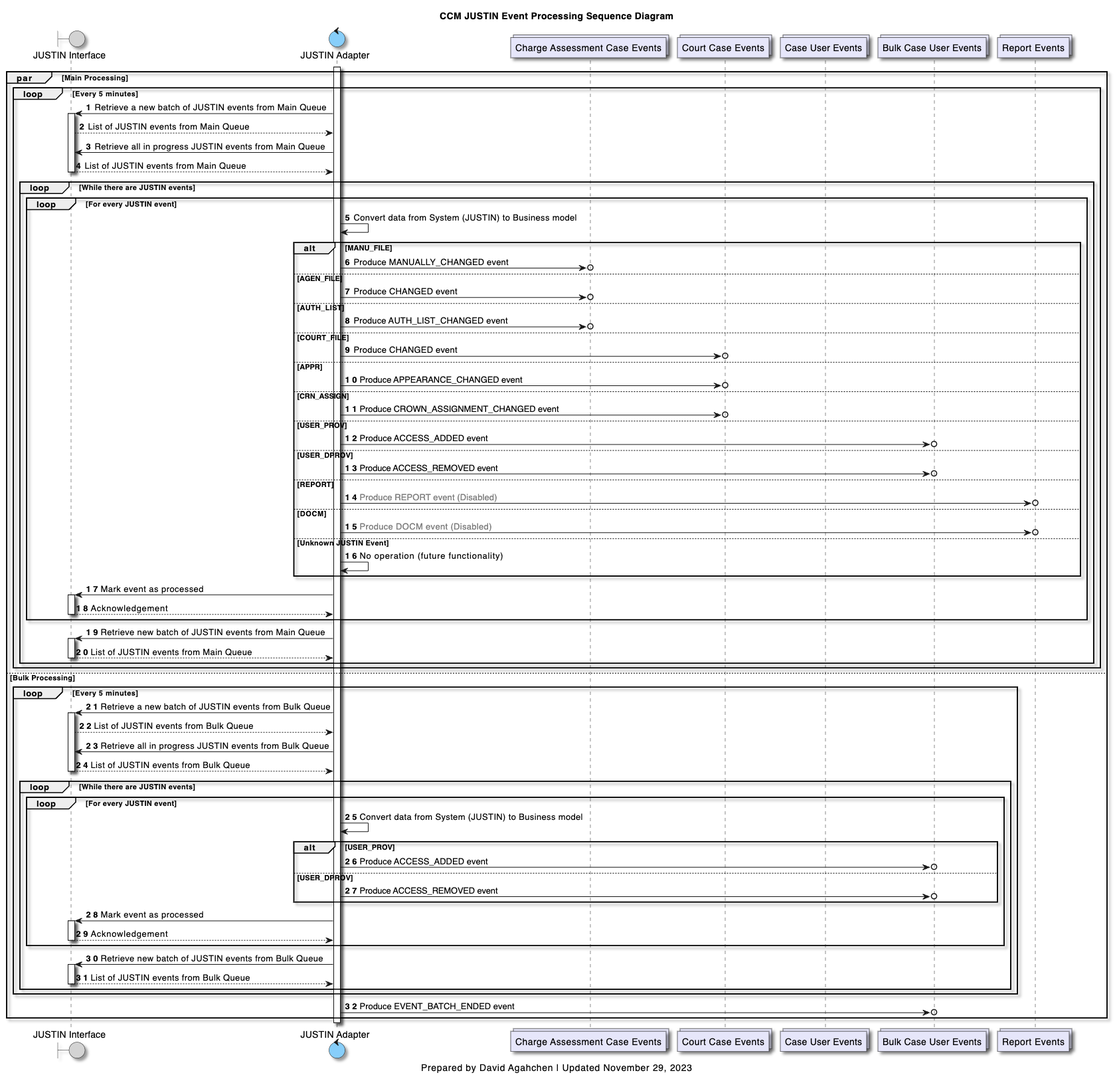
Earlier version of the PlantUML export diagrams/img/ccm_justin_event_processing_sequence_diagram.png (bcgov/jpss-jade-ccm). Its source is kept beside it as diagrams/ccm_justin_event_processing_sequence_diagram.plantuml.
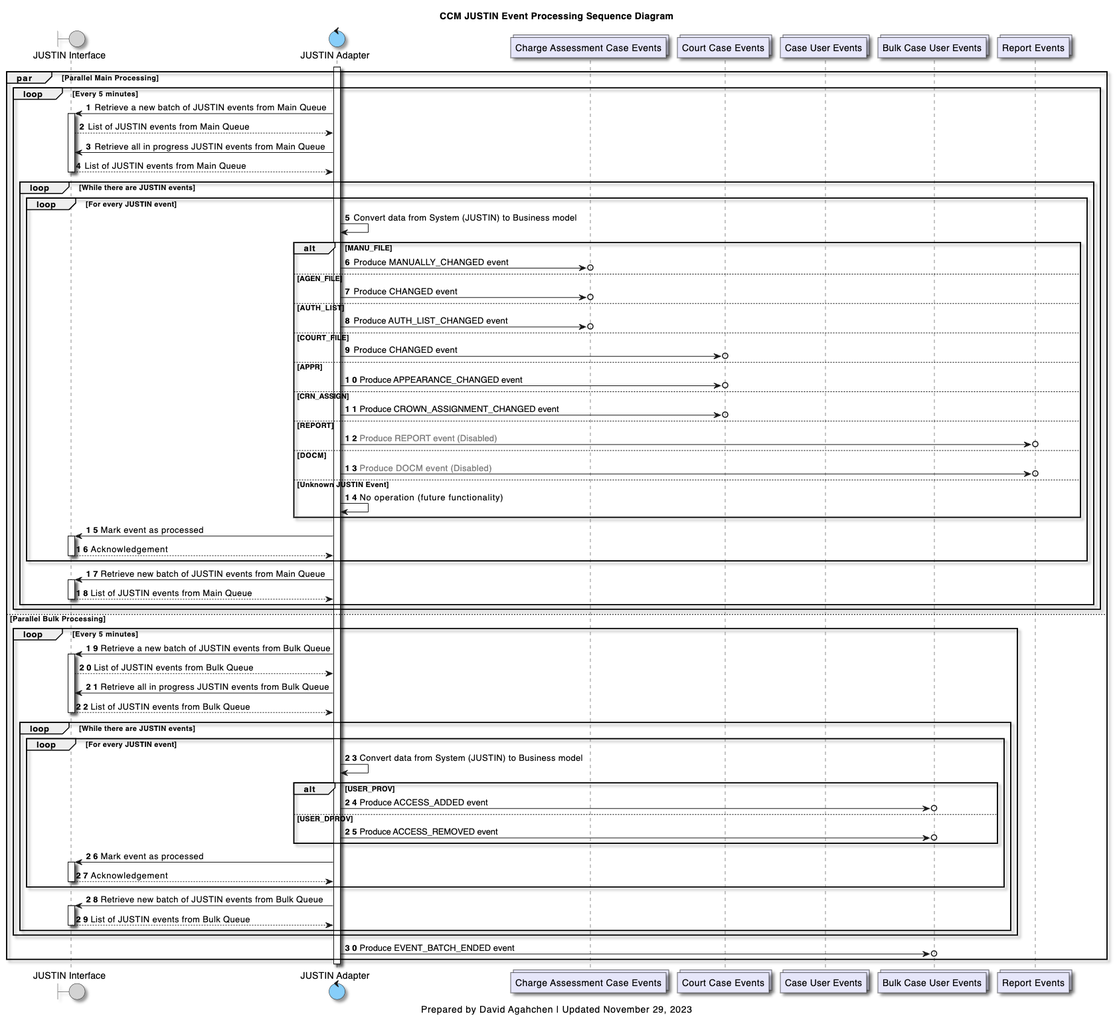
The same file after the commit.

Commit message:
Simplify Justin Adapter main thread logic

Diff of the diagram source:
```diff
@@ -22,7 +22,7 @@
 
 activate j_adapter
 
-par Main Processing
+par Parallel Main Processing
 
     loop Every 5 minutes
         j_adapter-> j_interface: Retrieve a new batch of JUSTIN events from Main Queue
@@ -47,10 +47,6 @@
                     j_adapter ->o court_cases_topic: Produce APPEARANCE_CHANGED event
                 else CRN_ASSIGN
                     j_adapter ->o court_cases_topic: Produce CROWN_ASSIGNMENT_CHANGED event
-                else USER_PROV
-                    j_adapter ->o bulk_case_users_topic: Produce ACCESS_ADDED event
-                else USER_DPROV
-                    j_adapter ->o bulk_case_users_topic: Produce ACCESS_REMOVED event
                 else REPORT
                     j_adapter ->o reports_topic: <font color=grey>Produce REPORT event (Disabled)</font>
                 else DOCM
@@ -71,7 +67,7 @@
         end
     end
 
-else Bulk Processing
+else Parallel Bulk Processing
 
     loop Every 5 minutes
         j_adapter-> j_interface: Retrieve a new batch of JUSTIN events from Bulk Queue
```
